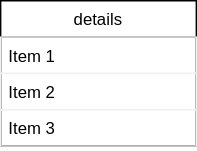
Above: doc/data_model.svg in danertor/ytgraph (draw.io), before the change. Source tidied: cells renumbered, new cells last; positions are measured from the earlier drawing's top-left corner, leaving out a move shared by most shapes. Its diagram source:
```xml
<mxGraphModel>
  <root>
    <mxCell id="0" />
    <mxCell id="1" parent="0" />
    <mxCell id="2" value="details" style="swimlane;fontStyle=0;horizontal=1;startSize=26;" parent="1" vertex="1">
      <mxGeometry width="140" height="104" as="geometry" />
    </mxCell>
    <mxCell id="3" value="Item 1" style="text;fillColor=none;align=left;verticalAlign=top;spacingLeft=4;spacingRight=4;overflow=hidden;points=[[0,0.5],[1,0.5]];portConstraint=eastwest;shadow=0;strokeColor=#f0f0f0;" parent="2" vertex="1">
      <mxGeometry y="26" width="140" height="26" as="geometry" />
    </mxCell>
    <mxCell id="4" value="Item 2" style="text;fillColor=none;align=left;verticalAlign=top;spacingLeft=4;spacingRight=4;overflow=hidden;strokeColor=#f0f0f0;" parent="2" vertex="1">
      <mxGeometry y="52" width="140" height="26" as="geometry" />
    </mxCell>
    <mxCell id="5" value="Item 3" style="text;fillColor=none;align=left;verticalAlign=top;spacingLeft=4;spacingRight=4;overflow=hidden;strokeColor=#f0f0f0;" parent="2" vertex="1">
      <mxGeometry y="78" width="140" height="26" as="geometry" />
    </mxCell>
  </root>
</mxGraphModel>
```
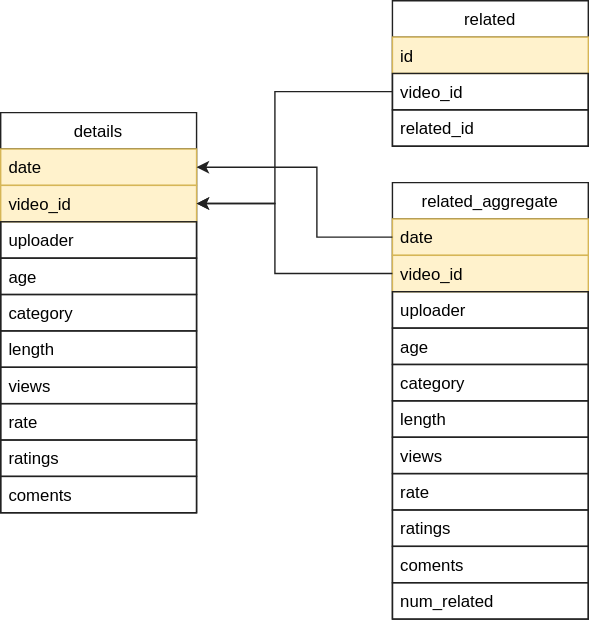
Above is the later version.

Commit message:
Update ER data model diagram. Fix SQL file.

The edit, as a diff of the source:
```diff
@@ -2,17 +2,110 @@
   <root>
     <mxCell id="0" />
     <mxCell id="1" parent="0" />
-    <mxCell id="2" value="details" style="swimlane;fontStyle=0;horizontal=1;startSize=26;" parent="1" vertex="1">
-      <mxGeometry width="140" height="104" as="geometry" />
+    <mxCell id="2" value="details" style="swimlane;fontStyle=0;horizontal=1;startSize=26;strokeColor=#212121;" parent="1" vertex="1">
+      <mxGeometry width="140" height="286" as="geometry" />
     </mxCell>
-    <mxCell id="3" value="Item 1" style="text;fillColor=none;align=left;verticalAlign=top;spacingLeft=4;spacingRight=4;overflow=hidden;points=[[0,0.5],[1,0.5]];portConstraint=eastwest;shadow=0;strokeColor=#f0f0f0;" parent="2" vertex="1">
+    <mxCell id="3" value="date" style="text;align=left;verticalAlign=top;spacingLeft=4;spacingRight=4;overflow=hidden;points=[[0,0.5],[1,0.5]];portConstraint=eastwest;shadow=0;fillColor=#fff2cc;strokeColor=#d6b656;" parent="2" vertex="1">
       <mxGeometry y="26" width="140" height="26" as="geometry" />
     </mxCell>
+    <mxCell id="6" value="video_id" style="text;align=left;verticalAlign=top;spacingLeft=4;spacingRight=4;overflow=hidden;points=[[0,0.5],[1,0.5]];portConstraint=eastwest;shadow=0;fillColor=#fff2cc;strokeColor=#d6b656;" parent="2" vertex="1">
+      <mxGeometry y="52" width="140" height="26" as="geometry" />
+    </mxCell>
-    <mxCell id="4" value="Item 2" style="text;fillColor=none;align=left;verticalAlign=top;spacingLeft=4;spacingRight=4;overflow=hidden;strokeColor=#f0f0f0;" parent="2" vertex="1">
-      <mxGeometry y="52" width="140" height="26" as="geometry" />
+    <mxCell id="4" value="uploader" style="text;fillColor=none;align=left;verticalAlign=top;spacingLeft=4;spacingRight=4;overflow=hidden;strokeColor=#212121;" parent="2" vertex="1">
+      <mxGeometry y="78" width="140" height="26" as="geometry" />
     </mxCell>
+    <mxCell id="7" value="age" style="text;fillColor=none;align=left;verticalAlign=top;spacingLeft=4;spacingRight=4;overflow=hidden;strokeColor=#212121;" parent="2" vertex="1">
+      <mxGeometry y="104" width="140" height="26" as="geometry" />
+    </mxCell>
+    <mxCell id="8" value="category" style="text;fillColor=none;align=left;verticalAlign=top;spacingLeft=4;spacingRight=4;overflow=hidden;strokeColor=#212121;" parent="2" vertex="1">
+      <mxGeometry y="130" width="140" height="26" as="geometry" />
+    </mxCell>
+    <mxCell id="9" value="length" style="text;fillColor=none;align=left;verticalAlign=top;spacingLeft=4;spacingRight=4;overflow=hidden;strokeColor=#212121;" parent="2" vertex="1">
+      <mxGeometry y="156" width="140" height="26" as="geometry" />
+    </mxCell>
+    <mxCell id="10" value="views" style="text;fillColor=none;align=left;verticalAlign=top;spacingLeft=4;spacingRight=4;overflow=hidden;strokeColor=#212121;" parent="2" vertex="1">
+      <mxGeometry y="182" width="140" height="26" as="geometry" />
+    </mxCell>
+    <mxCell id="11" value="rate" style="text;fillColor=none;align=left;verticalAlign=top;spacingLeft=4;spacingRight=4;overflow=hidden;strokeColor=#212121;" parent="2" vertex="1">
+      <mxGeometry y="208" width="140" height="26" as="geometry" />
+    </mxCell>
+    <mxCell id="12" value="ratings" style="text;fillColor=none;align=left;verticalAlign=top;spacingLeft=4;spacingRight=4;overflow=hidden;strokeColor=#212121;" parent="2" vertex="1">
+      <mxGeometry y="234" width="140" height="26" as="geometry" />
+    </mxCell>
-    <mxCell id="5" value="Item 3" style="text;fillColor=none;align=left;verticalAlign=top;spacingLeft=4;spacingRight=4;overflow=hidden;strokeColor=#f0f0f0;" parent="2" vertex="1">
-      <mxGeometry y="78" width="140" height="26" as="geometry" />
+    <mxCell id="5" value="coments" style="text;fillColor=none;align=left;verticalAlign=top;spacingLeft=4;spacingRight=4;overflow=hidden;strokeColor=#212121;" parent="2" vertex="1">
+      <mxGeometry y="260" width="140" height="26" as="geometry" />
     </mxCell>
+    <mxCell id="13" value="related" style="swimlane;fontStyle=0;horizontal=1;startSize=26;shadow=0;strokeColor=#212121;" parent="1" vertex="1">
+      <mxGeometry x="280" y="-80" width="140" height="104" as="geometry" />
+    </mxCell>
+    <mxCell id="14" value="id" style="text;fillColor=#fff2cc;align=left;verticalAlign=top;spacingLeft=4;spacingRight=4;overflow=hidden;strokeColor=#d6b656;" parent="13" vertex="1">
+      <mxGeometry y="26" width="140" height="26" as="geometry" />
+    </mxCell>
+    <mxCell id="15" value="video_id" style="text;fillColor=none;align=left;verticalAlign=top;spacingLeft=4;spacingRight=4;overflow=hidden;points=[[0,0.5],[1,0.5]];portConstraint=eastwest;strokeColor=#212121;" parent="13" vertex="1">
+      <mxGeometry y="52" width="140" height="26" as="geometry" />
+    </mxCell>
+    <mxCell id="16" value="related_id" style="text;fillColor=none;align=left;verticalAlign=top;spacingLeft=4;spacingRight=4;overflow=hidden;strokeColor=#212121;" parent="13" vertex="1">
+      <mxGeometry y="78" width="140" height="26" as="geometry" />
+    </mxCell>
+    <mxCell id="17" value="related_aggregate" style="swimlane;fontStyle=0;horizontal=1;startSize=26;strokeColor=#212121;" parent="1" vertex="1">
+      <mxGeometry x="280" y="50" width="140" height="312" as="geometry" />
+    </mxCell>
+    <mxCell id="18" value="date" style="text;fillColor=#fff2cc;align=left;verticalAlign=top;spacingLeft=4;spacingRight=4;overflow=hidden;points=[[0,0.5],[1,0.5]];portConstraint=eastwest;shadow=0;strokeColor=#d6b656;" parent="17" vertex="1">
+      <mxGeometry y="26" width="140" height="26" as="geometry" />
+    </mxCell>
+    <mxCell id="19" value="video_id" style="text;fillColor=#fff2cc;align=left;verticalAlign=top;spacingLeft=4;spacingRight=4;overflow=hidden;points=[[0,0.5],[1,0.5]];portConstraint=eastwest;shadow=0;strokeColor=#d6b656;" parent="17" vertex="1">
+      <mxGeometry y="52" width="140" height="26" as="geometry" />
+    </mxCell>
+    <mxCell id="20" value="uploader" style="text;fillColor=none;align=left;verticalAlign=top;spacingLeft=4;spacingRight=4;overflow=hidden;strokeColor=#212121;" parent="17" vertex="1">
+      <mxGeometry y="78" width="140" height="26" as="geometry" />
+    </mxCell>
+    <mxCell id="21" value="age" style="text;fillColor=none;align=left;verticalAlign=top;spacingLeft=4;spacingRight=4;overflow=hidden;strokeColor=#212121;" parent="17" vertex="1">
+      <mxGeometry y="104" width="140" height="26" as="geometry" />
+    </mxCell>
+    <mxCell id="22" value="category" style="text;fillColor=none;align=left;verticalAlign=top;spacingLeft=4;spacingRight=4;overflow=hidden;strokeColor=#212121;" parent="17" vertex="1">
+      <mxGeometry y="130" width="140" height="26" as="geometry" />
+    </mxCell>
+    <mxCell id="23" value="length" style="text;fillColor=none;align=left;verticalAlign=top;spacingLeft=4;spacingRight=4;overflow=hidden;strokeColor=#212121;" parent="17" vertex="1">
+      <mxGeometry y="156" width="140" height="26" as="geometry" />
+    </mxCell>
+    <mxCell id="24" value="views" style="text;fillColor=none;align=left;verticalAlign=top;spacingLeft=4;spacingRight=4;overflow=hidden;strokeColor=#212121;" parent="17" vertex="1">
+      <mxGeometry y="182" width="140" height="26" as="geometry" />
+    </mxCell>
+    <mxCell id="25" value="rate" style="text;fillColor=none;align=left;verticalAlign=top;spacingLeft=4;spacingRight=4;overflow=hidden;strokeColor=#212121;" parent="17" vertex="1">
+      <mxGeometry y="208" width="140" height="26" as="geometry" />
+    </mxCell>
+    <mxCell id="26" value="ratings" style="text;fillColor=none;align=left;verticalAlign=top;spacingLeft=4;spacingRight=4;overflow=hidden;strokeColor=#212121;" parent="17" vertex="1">
+      <mxGeometry y="234" width="140" height="26" as="geometry" />
+    </mxCell>
+    <mxCell id="27" value="coments" style="text;fillColor=none;align=left;verticalAlign=top;spacingLeft=4;spacingRight=4;overflow=hidden;strokeColor=#212121;" parent="17" vertex="1">
+      <mxGeometry y="260" width="140" height="26" as="geometry" />
+    </mxCell>
+    <mxCell id="28" value="num_related" style="text;fillColor=none;align=left;verticalAlign=top;spacingLeft=4;spacingRight=4;overflow=hidden;strokeColor=#212121;" parent="17" vertex="1">
+      <mxGeometry y="286" width="140" height="26" as="geometry" />
+    </mxCell>
+    <mxCell id="29" style="edgeStyle=orthogonalEdgeStyle;rounded=0;jettySize=auto;html=1;exitX=0;exitY=0.5;exitDx=0;exitDy=0;entryX=1;entryY=0.5;entryDx=0;entryDy=0;strokeColor=#212121;" parent="1" edge="1" source="15" target="6">
+      <mxGeometry relative="1" as="geometry">
+        <Array as="points">
+          <mxPoint x="196" y="-15" />
+          <mxPoint x="196" y="65" />
+        </Array>
+      </mxGeometry>
+    </mxCell>
+    <mxCell id="30" style="edgeStyle=orthogonalEdgeStyle;rounded=0;jettySize=auto;html=1;exitX=0;exitY=0.5;exitDx=0;exitDy=0;entryX=1;entryY=0.5;entryDx=0;entryDy=0;strokeColor=#212121;" parent="1" edge="1" source="19" target="6">
+      <mxGeometry relative="1" as="geometry">
+        <Array as="points">
+          <mxPoint x="196" y="115" />
+          <mxPoint x="196" y="65" />
+        </Array>
+      </mxGeometry>
+    </mxCell>
+    <mxCell id="31" style="edgeStyle=orthogonalEdgeStyle;rounded=0;jettySize=auto;html=1;exitX=0;exitY=0.5;exitDx=0;exitDy=0;entryX=1;entryY=0.5;entryDx=0;entryDy=0;strokeColor=#212121;" parent="1" edge="1" source="18" target="3">
+      <mxGeometry relative="1" as="geometry">
+        <Array as="points">
+          <mxPoint x="226" y="89" />
+          <mxPoint x="226" y="39" />
+        </Array>
+      </mxGeometry>
+    </mxCell>
   </root>
 </mxGraphModel>
```
